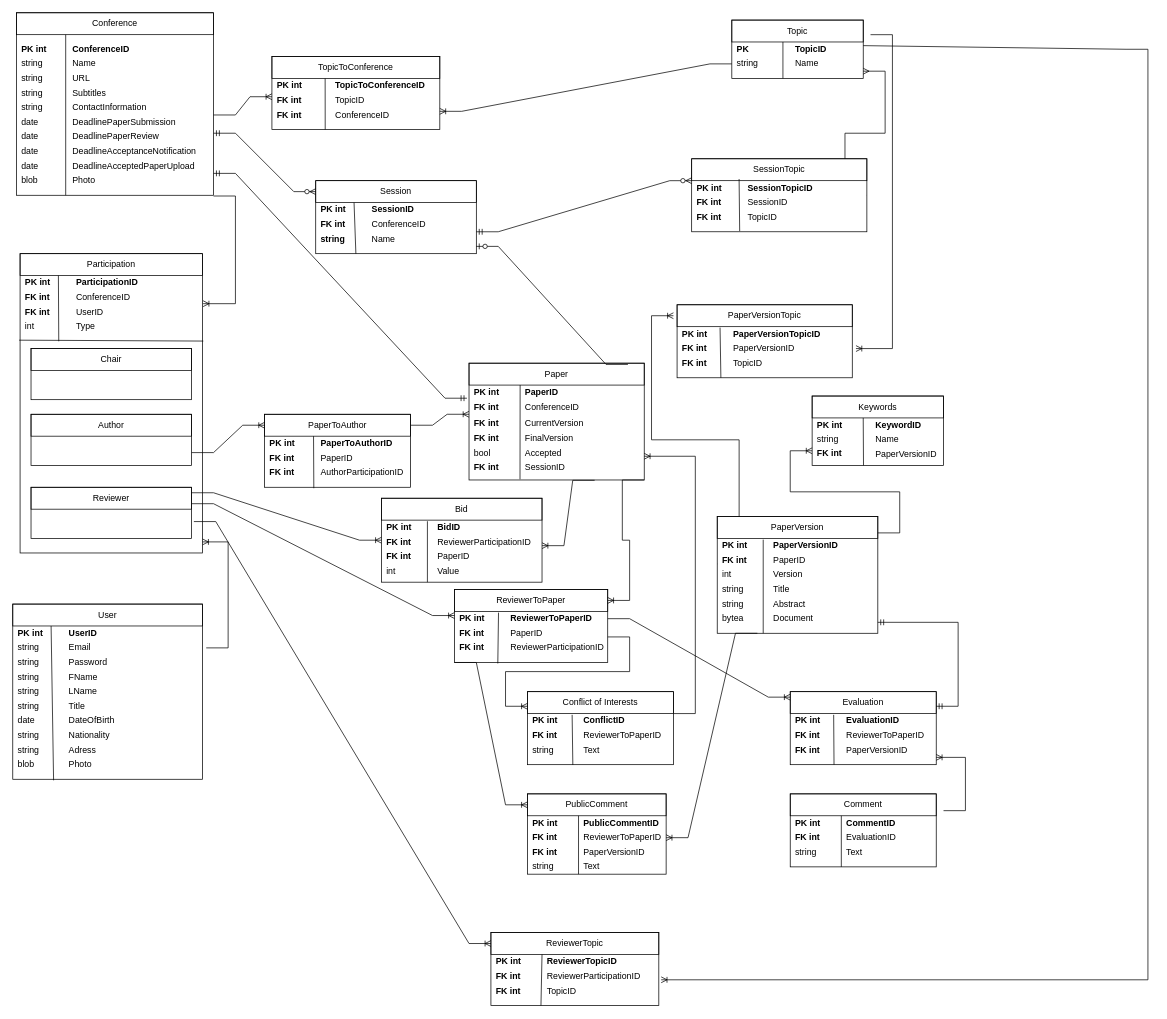
This is Database Diagram.drawio from SE-Powerpuff-Girls/SE-Powerpuff-Girls, a draw.io file, before an edit. Source tidied: cells renumbered, new cells numbered last; positions are measured from the earlier drawing's top-left corner, leaving out a move shared by most shapes. Both pictures are drawn from the tidied source at 73%, with x=0, y=0 at pixel (12, 12).
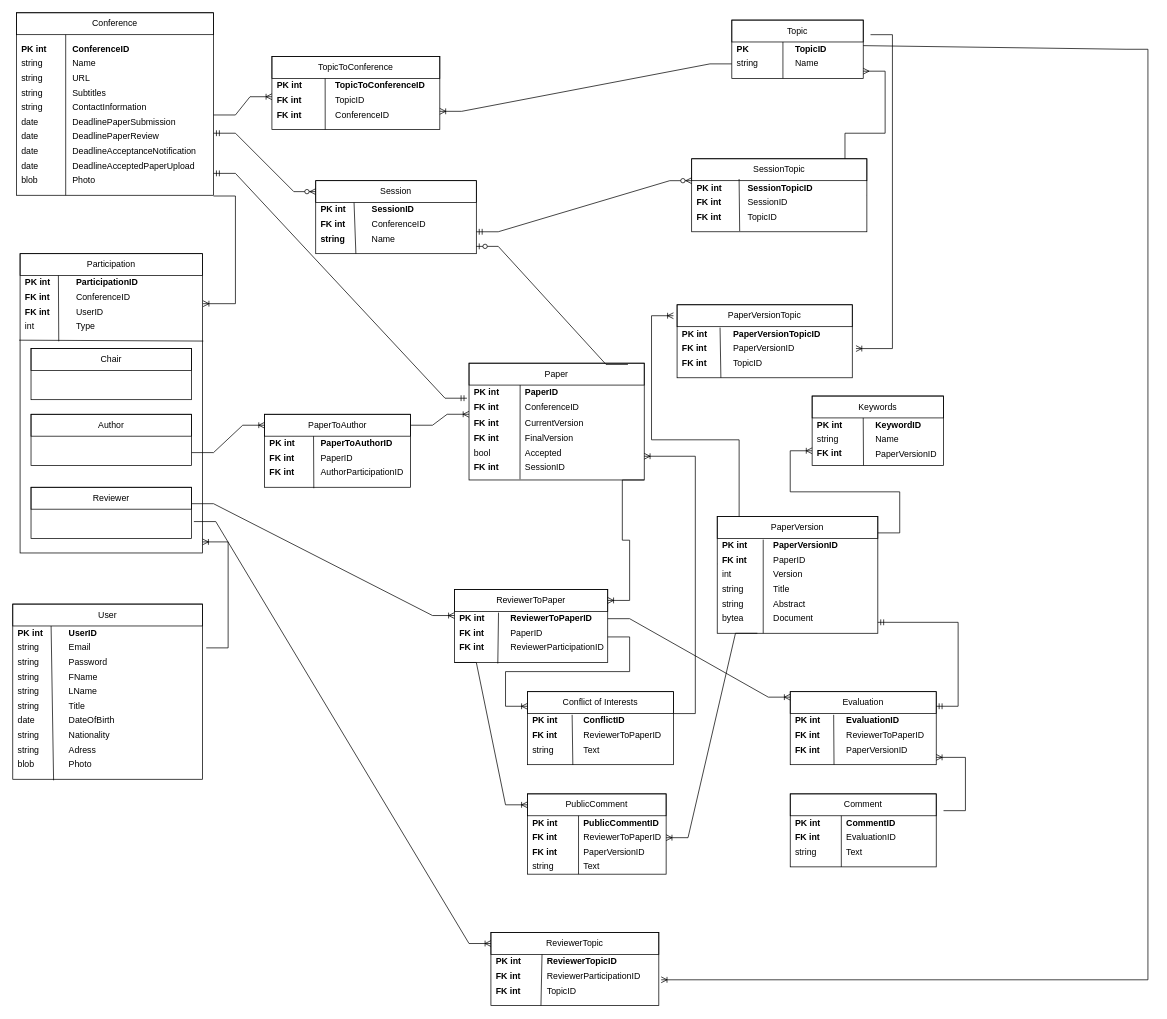
The same page after the edit.

Unchanged cells that the change refers to:
```xml
<mxCell id="78" value="Reviewer" style="text;html=1;strokeColor=default;fillColor=none;align=center;verticalAlign=middle;whiteSpace=wrap;rounded=0;" parent="1" vertex="1">
  <mxGeometry x="25" y="650" width="220" height="30" as="geometry" />
</mxCell>
<mxCell id="89" style="rounded=0;whiteSpace=wrap;html=1;strokeColor=default;" parent="1" vertex="1">
  <mxGeometry x="625" y="480" width="240" height="160" as="geometry" />
</mxCell>
```

Diff of the diagram source:
```diff
@@
-    <mxCell id="218" style="rounded=0;whiteSpace=wrap;html=1;strokeColor=default;" parent="1" vertex="1">
-      <mxGeometry x="505" y="665" width="220" height="115" as="geometry" />
-    </mxCell>
-    <mxCell id="219" value="Bid" style="text;html=1;strokeColor=default;fillColor=none;align=center;verticalAlign=middle;whiteSpace=wrap;rounded=0;" parent="1" vertex="1">
-      <mxGeometry x="505" y="665" width="220" height="30" as="geometry" />
-    </mxCell>
-    <mxCell id="220" style="edgeStyle=entityRelationEdgeStyle;fontSize=12;html=1;endArrow=ERoneToMany;rounded=0;strokeColor=default;exitX=1;exitY=0.25;exitDx=0;exitDy=0;entryX=0;entryY=0.5;entryDx=0;entryDy=0;" parent="1" edge="1" source="78" target="218">
-      <mxGeometry relative="1" as="geometry" />
-    </mxCell>
-    <mxCell id="221" value="BidID" style="text;html=1;strokeColor=none;fillColor=none;align=left;verticalAlign=middle;whiteSpace=wrap;rounded=0;spacingLeft=5;fontStyle=1;" parent="1" vertex="1">
-      <mxGeometry x="575" y="695" width="80" height="20" as="geometry" />
-    </mxCell>
-    <mxCell id="222" value="PK int" style="text;html=1;strokeColor=none;fillColor=none;align=left;verticalAlign=middle;whiteSpace=wrap;rounded=0;spacingLeft=5;fontStyle=1;" parent="1" vertex="1">
-      <mxGeometry x="505" y="695" width="70" height="20" as="geometry" />
-    </mxCell>
-    <mxCell id="223" value="ReviewerParticipationID" style="text;html=1;strokeColor=none;fillColor=none;align=left;verticalAlign=middle;whiteSpace=wrap;rounded=0;spacingLeft=5;fontStyle=0;" parent="1" vertex="1">
-      <mxGeometry x="575" y="715" width="80" height="20" as="geometry" />
-    </mxCell>
-    <mxCell id="224" value="FK int" style="text;html=1;strokeColor=none;fillColor=none;align=left;verticalAlign=middle;whiteSpace=wrap;rounded=0;spacingLeft=5;fontStyle=1;" parent="1" vertex="1">
-      <mxGeometry x="505" y="715" width="70" height="20" as="geometry" />
-    </mxCell>
-    <mxCell id="225" value="PaperID" style="text;html=1;strokeColor=none;fillColor=none;align=left;verticalAlign=middle;whiteSpace=wrap;rounded=0;spacingLeft=5;fontStyle=0;" parent="1" vertex="1">
-      <mxGeometry x="575" y="735" width="80" height="20" as="geometry" />
-    </mxCell>
-    <mxCell id="226" value="FK int" style="text;html=1;strokeColor=none;fillColor=none;align=left;verticalAlign=middle;whiteSpace=wrap;rounded=0;spacingLeft=5;fontStyle=1;" parent="1" vertex="1">
-      <mxGeometry x="505" y="735" width="70" height="20" as="geometry" />
-    </mxCell>
-    <mxCell id="227" value="Value" style="text;html=1;strokeColor=none;fillColor=none;align=left;verticalAlign=middle;whiteSpace=wrap;rounded=0;spacingLeft=5;fontStyle=0;" parent="1" vertex="1">
-      <mxGeometry x="575" y="755" width="80" height="20" as="geometry" />
-    </mxCell>
-    <mxCell id="228" value="int" style="text;html=1;strokeColor=none;fillColor=none;align=left;verticalAlign=middle;whiteSpace=wrap;rounded=0;spacingLeft=5;fontStyle=0;" parent="1" vertex="1">
-      <mxGeometry x="505" y="755" width="70" height="20" as="geometry" />
-    </mxCell>
-    <mxCell id="229" style="edgeStyle=entityRelationEdgeStyle;fontSize=12;html=1;endArrow=ERoneToMany;rounded=0;strokeColor=default;exitX=0.717;exitY=1.003;exitDx=0;exitDy=0;exitPerimeter=0;entryX=1;entryY=0.565;entryDx=0;entryDy=0;entryPerimeter=0;" parent="1" edge="1" source="89" target="218">
-      <mxGeometry relative="1" as="geometry" />
-    </mxCell>
@@
-    <mxCell id="244" style="endArrow=none;html=1;rounded=0;strokeColor=default;entryX=0.9;entryY=0.074;entryDx=0;entryDy=0;entryPerimeter=0;" parent="1" edge="1" target="222">
-      <mxGeometry relative="1" as="geometry">
-        <mxPoint x="568" y="780" as="sourcePoint" />
-      </mxGeometry>
-    </mxCell>
```
